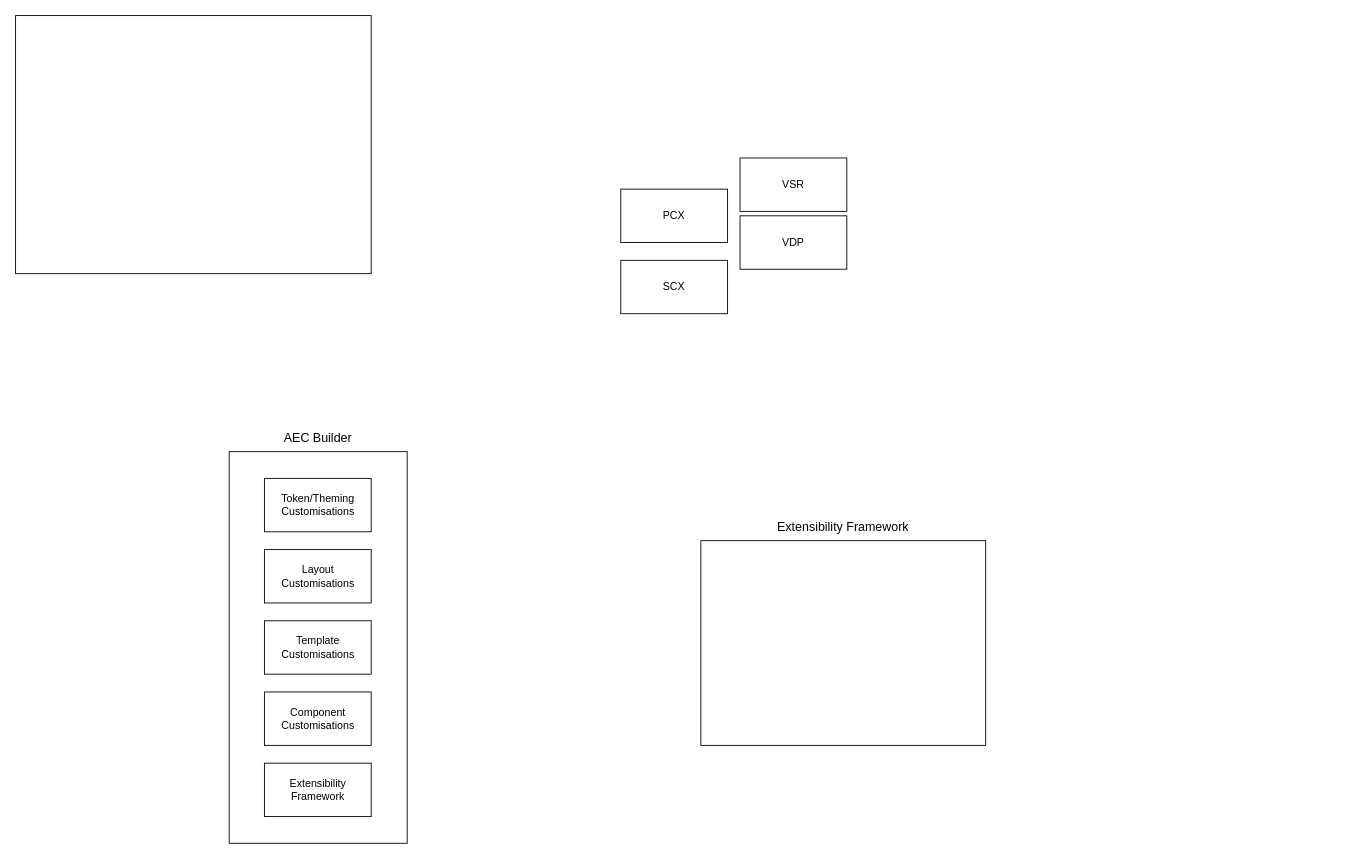
This is extensibility-framework-design.drawio from ssharifdev/draw.io, a draw.io file, before an edit. Source tidied: cells renumbered, new cells numbered last; positions are measured from the earlier drawing's top-left corner, leaving out a move shared by most shapes. Both pictures are drawn from the tidied source at 89%, with x=0, y=0 at pixel (15, 15).
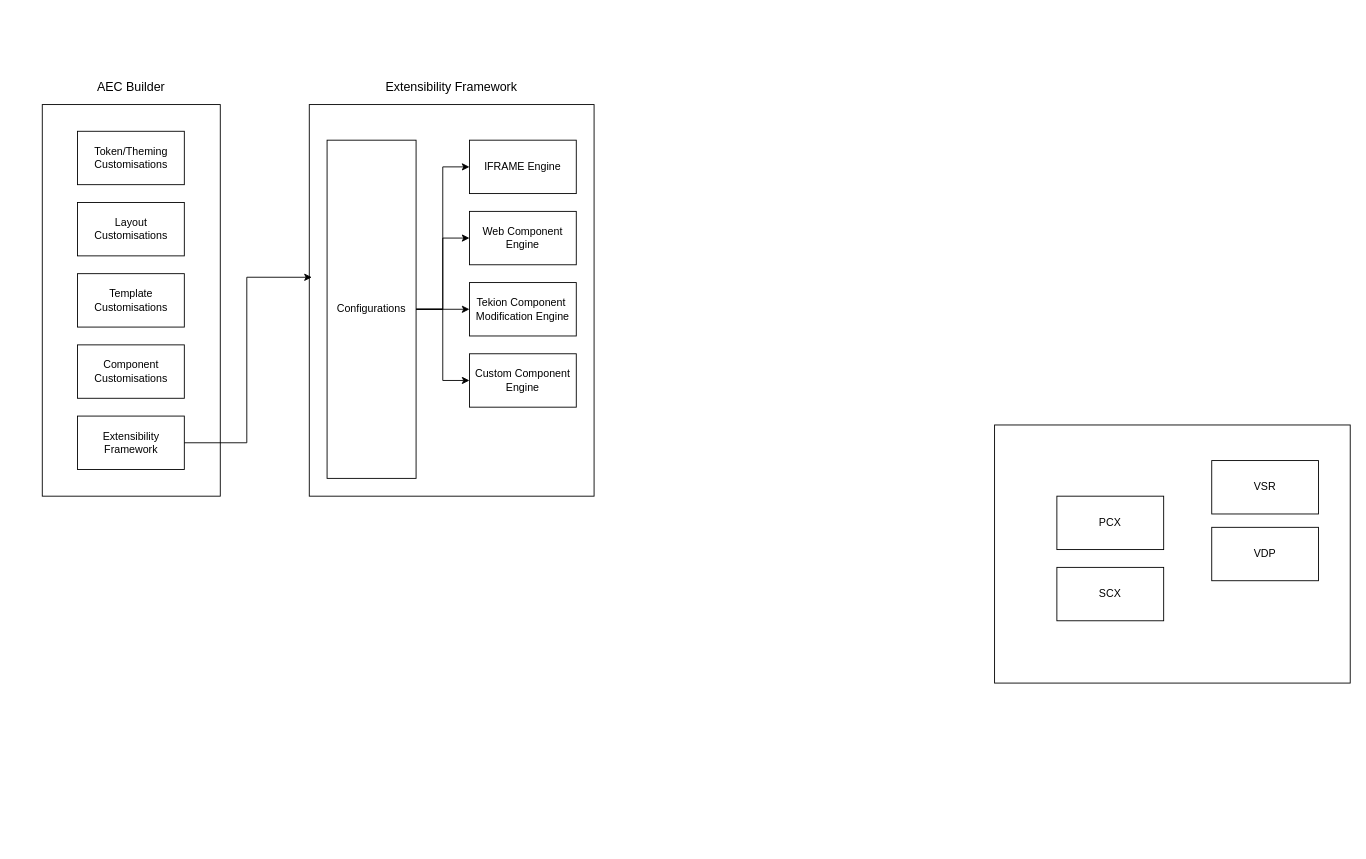
After the change.

Diff of the diagram source:
```diff
@@
     <mxCell id="2" style="rounded=0;whiteSpace=wrap;html=1;" parent="1" vertex="1">
-      <mxGeometry width="399.6" height="290" as="geometry" />
+      <mxGeometry x="1100" y="460" width="399.6" height="290" as="geometry" />
     </mxCell>
     <mxCell id="3" value="VSR" style="rounded=0;whiteSpace=wrap;html=1;" parent="1" vertex="1">
-      <mxGeometry x="814" y="160" width="120" height="60" as="geometry" />
+      <mxGeometry x="1344" y="500" width="120" height="60" as="geometry" />
     </mxCell>
     <mxCell id="4" value="VDP" style="rounded=0;whiteSpace=wrap;html=1;" parent="1" vertex="1">
-      <mxGeometry x="814" y="225" width="120" height="60" as="geometry" />
+      <mxGeometry x="1344" y="575" width="120" height="60" as="geometry" />
     </mxCell>
     <mxCell id="5" value="SCX" style="rounded=0;whiteSpace=wrap;html=1;" parent="1" vertex="1">
-      <mxGeometry x="680" y="275" width="120" height="60" as="geometry" />
+      <mxGeometry x="1170" y="620" width="120" height="60" as="geometry" />
     </mxCell>
+    <mxCell id="9" value="PCX" style="rounded=0;whiteSpace=wrap;html=1;" parent="1" vertex="1">
+      <mxGeometry x="1170" y="540" width="120" height="60" as="geometry" />
+    </mxCell>
+    <mxCell id="15" style="group;fillColor=none;" parent="1" vertex="1">
+      <mxGeometry x="330" y="70" width="320" height="470" as="geometry" />
+    </mxCell>
+    <mxCell id="16" style="rounded=0;whiteSpace=wrap;html=1;fillColor=none;" parent="15" vertex="1">
+      <mxGeometry y="30" width="320" height="440" as="geometry" />
+    </mxCell>
+    <mxCell id="17" value="&lt;font style=&quot;font-size: 14px;&quot;&gt;Extensibility Framework&lt;/font&gt;" style="text;html=1;align=center;verticalAlign=middle;whiteSpace=wrap;rounded=0;" parent="15" vertex="1">
+      <mxGeometry y="-10" width="320" height="40" as="geometry" />
+    </mxCell>
+    <mxCell id="18" style="edgeStyle=orthogonalEdgeStyle;rounded=0;jettySize=auto;html=1;entryX=0;entryY=0.5;entryDx=0;entryDy=0;" parent="15" edge="1" source="22" target="23">
+      <mxGeometry relative="1" as="geometry" />
+    </mxCell>
+    <mxCell id="19" style="edgeStyle=orthogonalEdgeStyle;rounded=0;jettySize=auto;html=1;entryX=0;entryY=0.5;entryDx=0;entryDy=0;" parent="15" edge="1" source="22" target="24">
+      <mxGeometry relative="1" as="geometry" />
+    </mxCell>
+    <mxCell id="20" style="edgeStyle=orthogonalEdgeStyle;rounded=0;jettySize=auto;html=1;entryX=0;entryY=0.5;entryDx=0;entryDy=0;" parent="15" edge="1" source="22" target="25">
+      <mxGeometry relative="1" as="geometry" />
+    </mxCell>
+    <mxCell id="21" style="edgeStyle=orthogonalEdgeStyle;rounded=0;jettySize=auto;html=1;entryX=0;entryY=0.5;entryDx=0;entryDy=0;" parent="15" edge="1" source="22" target="26">
+      <mxGeometry relative="1" as="geometry" />
+    </mxCell>
+    <mxCell id="22" value="Configurations" style="rounded=0;whiteSpace=wrap;html=1;" parent="15" vertex="1">
+      <mxGeometry x="20" y="70" width="100" height="380" as="geometry" />
+    </mxCell>
+    <mxCell id="23" value="IFRAME Engine" style="rounded=0;whiteSpace=wrap;html=1;" parent="15" vertex="1">
+      <mxGeometry x="180" y="70" width="120" height="60" as="geometry" />
+    </mxCell>
+    <mxCell id="24" value="Web Component Engine" style="rounded=0;whiteSpace=wrap;html=1;" parent="15" vertex="1">
+      <mxGeometry x="180" y="150" width="120" height="60" as="geometry" />
+    </mxCell>
+    <mxCell id="25" value="Tekion Component&amp;nbsp; Modification Engine" style="rounded=0;whiteSpace=wrap;html=1;" parent="15" vertex="1">
+      <mxGeometry x="180" y="230" width="120" height="60" as="geometry" />
+    </mxCell>
+    <mxCell id="26" value="Custom Component Engine" style="rounded=0;whiteSpace=wrap;html=1;" parent="15" vertex="1">
+      <mxGeometry x="180" y="310" width="120" height="60" as="geometry" />
+    </mxCell>
+    <mxCell id="27" style="group;" parent="1" vertex="1">
+      <mxGeometry x="30" y="70" width="200.4" height="470" as="geometry" />
+    </mxCell>
-    <mxCell id="6" style="group;fillColor=none;" parent="1" vertex="1">
-      <mxGeometry x="240" y="460" width="200.4" height="470" as="geometry" />
+    <mxCell id="6" style="group;fillColor=none;" parent="27" vertex="1">
+      <mxGeometry width="200.4" height="470" as="geometry" />
     </mxCell>
@@
     <mxCell id="8" value="&lt;font style=&quot;font-size: 14px;&quot;&gt;AEC Builder&lt;/font&gt;" style="text;html=1;align=center;verticalAlign=middle;whiteSpace=wrap;rounded=0;" parent="6" vertex="1">
-      <mxGeometry x="0.4" width="200" height="30" as="geometry" />
+      <mxGeometry x="0.4" y="-10" width="200" height="40" as="geometry" />
     </mxCell>
-    <mxCell id="9" value="PCX" style="rounded=0;whiteSpace=wrap;html=1;" parent="1" vertex="1">
-      <mxGeometry x="680" y="195" width="120" height="60" as="geometry" />
-    </mxCell>
-    <mxCell id="10" value="Token/Theming Customisations" style="rounded=0;whiteSpace=wrap;html=1;" parent="1" vertex="1">
-      <mxGeometry x="279.6" y="520" width="120" height="60" as="geometry" />
+    <mxCell id="10" value="Token/Theming Customisations" style="rounded=0;whiteSpace=wrap;html=1;" parent="27" vertex="1">
+      <mxGeometry x="39.6" y="60" width="120" height="60" as="geometry" />
     </mxCell>
-    <mxCell id="11" value="Layout Customisations" style="rounded=0;whiteSpace=wrap;html=1;" parent="1" vertex="1">
-      <mxGeometry x="279.6" y="600" width="120" height="60" as="geometry" />
+    <mxCell id="11" value="Layout Customisations" style="rounded=0;whiteSpace=wrap;html=1;" parent="27" vertex="1">
+      <mxGeometry x="39.6" y="140" width="120" height="60" as="geometry" />
     </mxCell>
-    <mxCell id="12" value="Template Customisations" style="rounded=0;whiteSpace=wrap;html=1;" parent="1" vertex="1">
-      <mxGeometry x="279.6" y="680" width="120" height="60" as="geometry" />
+    <mxCell id="12" value="Template Customisations" style="rounded=0;whiteSpace=wrap;html=1;" parent="27" vertex="1">
+      <mxGeometry x="39.6" y="220" width="120" height="60" as="geometry" />
     </mxCell>
-    <mxCell id="13" value="Component Customisations" style="rounded=0;whiteSpace=wrap;html=1;" parent="1" vertex="1">
-      <mxGeometry x="279.6" y="760" width="120" height="60" as="geometry" />
+    <mxCell id="13" value="Component Customisations" style="rounded=0;whiteSpace=wrap;html=1;" parent="27" vertex="1">
+      <mxGeometry x="39.6" y="300" width="120" height="60" as="geometry" />
     </mxCell>
-    <mxCell id="14" value="Extensibility Framework" style="rounded=0;whiteSpace=wrap;html=1;" parent="1" vertex="1">
-      <mxGeometry x="279.6" y="840" width="120" height="60" as="geometry" />
+    <mxCell id="14" value="Extensibility Framework" style="rounded=0;whiteSpace=wrap;html=1;" parent="27" vertex="1">
+      <mxGeometry x="39.6" y="380" width="120" height="60" as="geometry" />
     </mxCell>
-    <mxCell id="15" style="group;fillColor=none;" parent="1" vertex="1">
-      <mxGeometry x="770" y="560" width="320" height="260" as="geometry" />
-    </mxCell>
-    <mxCell id="16" style="rounded=0;whiteSpace=wrap;html=1;fillColor=none;" parent="15" vertex="1">
-      <mxGeometry y="30" width="320" height="230" as="geometry" />
-    </mxCell>
-    <mxCell id="17" value="&lt;font style=&quot;font-size: 14px;&quot;&gt;Extensibility Framework&lt;/font&gt;" style="text;html=1;align=center;verticalAlign=middle;whiteSpace=wrap;rounded=0;" parent="15" vertex="1">
-      <mxGeometry width="320" height="30" as="geometry" />
-    </mxCell>
+    <mxCell id="28" style="edgeStyle=orthogonalEdgeStyle;rounded=0;jettySize=auto;html=1;entryX=0.009;entryY=0.441;entryDx=0;entryDy=0;entryPerimeter=0;" parent="1" edge="1" source="14" target="16">
+      <mxGeometry relative="1" as="geometry" />
+    </mxCell>
```
